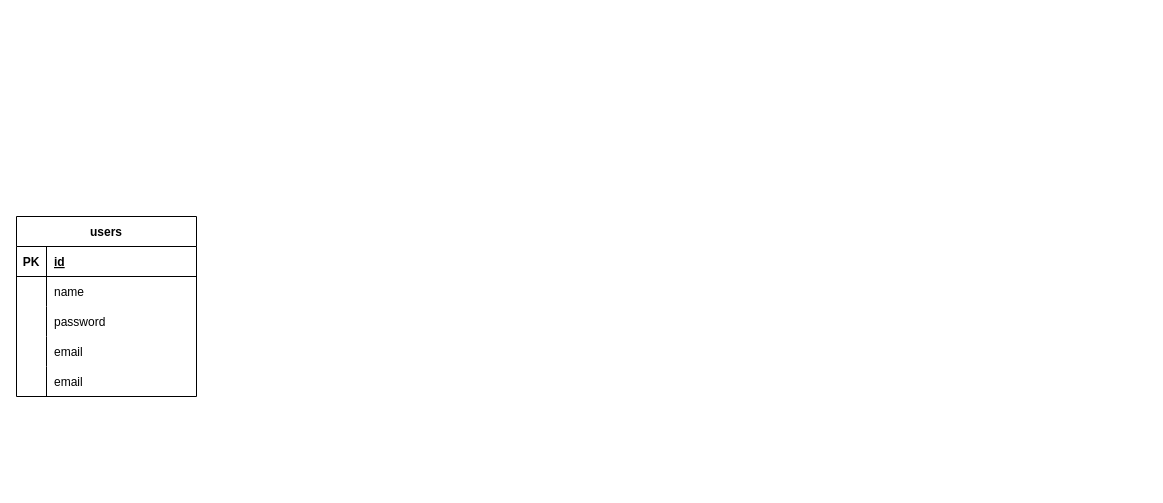
This is pf.drawio from frontend-sou/portfolio, a draw.io file, before an edit. Source tidied: cells renumbered, new cells numbered last; positions are measured from the earlier drawing's top-left corner, leaving out a move shared by most shapes. Both pictures are drawn from the tidied source at 100%, with x=0, y=0 at pixel (16, 216).
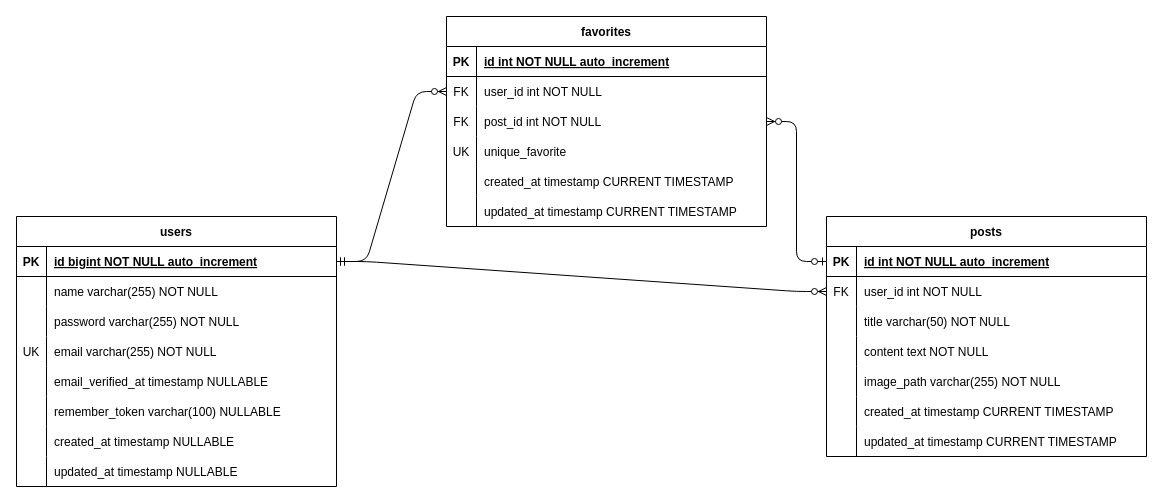
The same page after the edit.

Change to the diagram source:
```diff
@@
     <mxCell id="2" value="users" style="shape=table;startSize=30;childLayout=tableLayout;rowLines=0;fontStyle=1;align=center;" parent="1" vertex="1">
-      <mxGeometry width="180" height="180" as="geometry" />
+      <mxGeometry width="320" height="270" as="geometry" />
     </mxCell>
     <mxCell id="3" style="shape=tableRow;horizontal=0;startSize=0;swimlaneHead=0;swimlaneBody=0;fillColor=none;points=[[0,0.5],[1,0.5]];portConstraint=eastwest;top=0;left=0;right=0;bottom=1;" parent="2" vertex="1">
-      <mxGeometry y="30" width="180" height="30" as="geometry" />
+      <mxGeometry y="30" width="320" height="30" as="geometry" />
     </mxCell>
@@
-    <mxCell id="5" value="id" style="shape=partialRectangle;fillColor=none;top=0;left=0;bottom=0;right=0;align=left;spacingLeft=6;fontStyle=5;overflow=hidden;" parent="3" vertex="1">
-      <mxGeometry x="30" width="150" height="30" as="geometry" />
+    <mxCell id="5" value="id bigint NOT NULL auto_increment" style="shape=partialRectangle;fillColor=none;top=0;left=0;bottom=0;right=0;align=left;spacingLeft=6;fontStyle=5;overflow=hidden;" parent="3" vertex="1">
+      <mxGeometry x="30" width="290" height="30" as="geometry" />
     </mxCell>
     <mxCell id="6" style="shape=tableRow;horizontal=0;startSize=0;swimlaneHead=0;swimlaneBody=0;fillColor=none;top=0;left=0;right=0;bottom=0;" parent="2" vertex="1">
-      <mxGeometry y="60" width="180" height="30" as="geometry" />
+      <mxGeometry y="60" width="320" height="30" as="geometry" />
     </mxCell>
@@
-    <mxCell id="8" value="name" style="shape=partialRectangle;fillColor=none;top=0;left=0;bottom=0;right=0;align=left;spacingLeft=6;overflow=hidden;" parent="6" vertex="1">
-      <mxGeometry x="30" width="150" height="30" as="geometry" />
+    <mxCell id="8" value="name varchar(255) NOT NULL" style="shape=partialRectangle;fillColor=none;top=0;left=0;bottom=0;right=0;align=left;spacingLeft=6;overflow=hidden;" parent="6" vertex="1">
+      <mxGeometry x="30" width="290" height="30" as="geometry" />
     </mxCell>
     <mxCell id="9" style="shape=tableRow;horizontal=0;startSize=0;swimlaneHead=0;swimlaneBody=0;fillColor=none;top=0;left=0;right=0;bottom=0;" parent="2" vertex="1">
-      <mxGeometry y="90" width="180" height="30" as="geometry" />
+      <mxGeometry y="90" width="320" height="30" as="geometry" />
     </mxCell>
@@
-    <mxCell id="11" value="password" style="shape=partialRectangle;fillColor=none;top=0;left=0;bottom=0;right=0;align=left;spacingLeft=6;overflow=hidden;" parent="9" vertex="1">
-      <mxGeometry x="30" width="150" height="30" as="geometry" />
+    <mxCell id="11" value="password varchar(255) NOT NULL" style="shape=partialRectangle;fillColor=none;top=0;left=0;bottom=0;right=0;align=left;spacingLeft=6;overflow=hidden;" parent="9" vertex="1">
+      <mxGeometry x="30" width="290" height="30" as="geometry" />
     </mxCell>
     <mxCell id="12" style="shape=tableRow;horizontal=0;startSize=0;swimlaneHead=0;swimlaneBody=0;fillColor=none;top=0;left=0;right=0;bottom=0;" parent="2" vertex="1">
-      <mxGeometry y="120" width="180" height="30" as="geometry" />
+      <mxGeometry y="120" width="320" height="30" as="geometry" />
     </mxCell>
-    <mxCell id="13" style="shape=partialRectangle;fillColor=none;top=0;left=0;bottom=0;right=0;overflow=hidden;" parent="12" vertex="1">
+    <mxCell id="13" value="UK" style="shape=partialRectangle;fillColor=none;top=0;left=0;bottom=0;right=0;overflow=hidden;" parent="12" vertex="1">
       <mxGeometry width="30" height="30" as="geometry" />
     </mxCell>
-    <mxCell id="14" value="email" style="shape=partialRectangle;fillColor=none;top=0;left=0;bottom=0;right=0;align=left;spacingLeft=6;overflow=hidden;" parent="12" vertex="1">
-      <mxGeometry x="30" width="150" height="30" as="geometry" />
+    <mxCell id="14" value="email varchar(255) NOT NULL" style="shape=partialRectangle;fillColor=none;top=0;left=0;bottom=0;right=0;align=left;spacingLeft=6;overflow=hidden;" parent="12" vertex="1">
+      <mxGeometry x="30" width="290" height="30" as="geometry" />
     </mxCell>
     <mxCell id="15" style="shape=tableRow;horizontal=0;startSize=0;swimlaneHead=0;swimlaneBody=0;fillColor=none;top=0;left=0;right=0;bottom=0;" parent="2" vertex="1">
-      <mxGeometry y="150" width="180" height="30" as="geometry" />
+      <mxGeometry y="150" width="320" height="30" as="geometry" />
     </mxCell>
@@
-    <mxCell id="17" value="email" style="shape=partialRectangle;fillColor=none;top=0;left=0;bottom=0;right=0;align=left;spacingLeft=6;overflow=hidden;" parent="15" vertex="1">
-      <mxGeometry x="30" width="150" height="30" as="geometry" />
+    <mxCell id="17" value="email_verified_at timestamp NULLABLE" style="shape=partialRectangle;fillColor=none;top=0;left=0;bottom=0;right=0;align=left;spacingLeft=6;overflow=hidden;" parent="15" vertex="1">
+      <mxGeometry x="30" width="290" height="30" as="geometry" />
     </mxCell>
+    <mxCell id="18" style="shape=tableRow;horizontal=0;startSize=0;swimlaneHead=0;swimlaneBody=0;fillColor=none;top=0;left=0;right=0;bottom=0;" parent="2" vertex="1">
+      <mxGeometry y="180" width="320" height="30" as="geometry" />
+    </mxCell>
+    <mxCell id="19" style="shape=partialRectangle;fillColor=none;top=0;left=0;bottom=0;right=0;overflow=hidden;" parent="18" vertex="1">
+      <mxGeometry width="30" height="30" as="geometry" />
+    </mxCell>
+    <mxCell id="20" value="remember_token varchar(100) NULLABLE" style="shape=partialRectangle;fillColor=none;top=0;left=0;bottom=0;right=0;align=left;spacingLeft=6;overflow=hidden;" parent="18" vertex="1">
+      <mxGeometry x="30" width="290" height="30" as="geometry" />
+    </mxCell>
+    <mxCell id="21" style="shape=tableRow;horizontal=0;startSize=0;swimlaneHead=0;swimlaneBody=0;fillColor=none;top=0;left=0;right=0;bottom=0;" parent="2" vertex="1">
+      <mxGeometry y="210" width="320" height="30" as="geometry" />
+    </mxCell>
+    <mxCell id="22" style="shape=partialRectangle;fillColor=none;top=0;left=0;bottom=0;right=0;overflow=hidden;" parent="21" vertex="1">
+      <mxGeometry width="30" height="30" as="geometry" />
+    </mxCell>
+    <mxCell id="23" value="created_at timestamp NULLABLE" style="shape=partialRectangle;fillColor=none;top=0;left=0;bottom=0;right=0;align=left;spacingLeft=6;overflow=hidden;" parent="21" vertex="1">
+      <mxGeometry x="30" width="290" height="30" as="geometry" />
+    </mxCell>
+    <mxCell id="24" style="shape=tableRow;horizontal=0;startSize=0;swimlaneHead=0;swimlaneBody=0;fillColor=none;top=0;left=0;right=0;bottom=0;" parent="2" vertex="1">
+      <mxGeometry y="240" width="320" height="30" as="geometry" />
+    </mxCell>
+    <mxCell id="25" style="shape=partialRectangle;fillColor=none;top=0;left=0;bottom=0;right=0;overflow=hidden;" parent="24" vertex="1">
+      <mxGeometry width="30" height="30" as="geometry" />
+    </mxCell>
+    <mxCell id="26" value="updated_at timestamp NULLABLE" style="shape=partialRectangle;fillColor=none;top=0;left=0;bottom=0;right=0;align=left;spacingLeft=6;overflow=hidden;" parent="24" vertex="1">
+      <mxGeometry x="30" width="290" height="30" as="geometry" />
+    </mxCell>
+    <mxCell id="27" value="posts" style="shape=table;startSize=30;childLayout=tableLayout;rowLines=0;fontStyle=1;align=center;" parent="1" vertex="1">
+      <mxGeometry x="810" width="320" height="240" as="geometry" />
+    </mxCell>
+    <mxCell id="28" style="shape=tableRow;horizontal=0;startSize=0;swimlaneHead=0;swimlaneBody=0;fillColor=none;points=[[0,0.5],[1,0.5]];portConstraint=eastwest;top=0;left=0;right=0;bottom=1;" parent="27" vertex="1">
+      <mxGeometry y="30" width="320" height="30" as="geometry" />
+    </mxCell>
+    <mxCell id="29" value="PK" style="shape=partialRectangle;fillColor=none;top=0;left=0;bottom=0;right=0;fontStyle=1;overflow=hidden;" parent="28" vertex="1">
+      <mxGeometry width="30" height="30" as="geometry" />
+    </mxCell>
+    <mxCell id="30" value="id int NOT NULL auto_increment" style="shape=partialRectangle;fillColor=none;top=0;left=0;bottom=0;right=0;align=left;spacingLeft=6;fontStyle=5;overflow=hidden;" parent="28" vertex="1">
+      <mxGeometry x="30" width="290" height="30" as="geometry" />
+    </mxCell>
+    <mxCell id="31" style="shape=tableRow;horizontal=0;startSize=0;swimlaneHead=0;swimlaneBody=0;fillColor=none;points=[[0,0.5],[1,0.5]];portConstraint=eastwest;top=0;left=0;right=0;bottom=0;" parent="27" vertex="1">
+      <mxGeometry y="60" width="320" height="30" as="geometry" />
+    </mxCell>
+    <mxCell id="32" value="FK" style="shape=partialRectangle;fillColor=none;top=0;left=0;bottom=0;right=0;overflow=hidden;" parent="31" vertex="1">
+      <mxGeometry width="30" height="30" as="geometry" />
+    </mxCell>
+    <mxCell id="33" value="user_id int NOT NULL" style="shape=partialRectangle;fillColor=none;top=0;left=0;bottom=0;right=0;align=left;spacingLeft=6;overflow=hidden;" parent="31" vertex="1">
+      <mxGeometry x="30" width="290" height="30" as="geometry" />
+    </mxCell>
+    <mxCell id="34" style="shape=tableRow;horizontal=0;startSize=0;swimlaneHead=0;swimlaneBody=0;fillColor=none;top=0;left=0;right=0;bottom=0;" parent="27" vertex="1">
+      <mxGeometry y="90" width="320" height="30" as="geometry" />
+    </mxCell>
+    <mxCell id="35" style="shape=partialRectangle;fillColor=none;top=0;left=0;bottom=0;right=0;overflow=hidden;" parent="34" vertex="1">
+      <mxGeometry width="30" height="30" as="geometry" />
+    </mxCell>
+    <mxCell id="36" value="title varchar(50) NOT NULL" style="shape=partialRectangle;fillColor=none;top=0;left=0;bottom=0;right=0;align=left;spacingLeft=6;overflow=hidden;" parent="34" vertex="1">
+      <mxGeometry x="30" width="290" height="30" as="geometry" />
+    </mxCell>
+    <mxCell id="37" style="shape=tableRow;horizontal=0;startSize=0;swimlaneHead=0;swimlaneBody=0;fillColor=none;top=0;left=0;right=0;bottom=0;" parent="27" vertex="1">
+      <mxGeometry y="120" width="320" height="30" as="geometry" />
+    </mxCell>
+    <mxCell id="38" style="shape=partialRectangle;fillColor=none;top=0;left=0;bottom=0;right=0;overflow=hidden;" parent="37" vertex="1">
+      <mxGeometry width="30" height="30" as="geometry" />
+    </mxCell>
+    <mxCell id="39" value="content text NOT NULL" style="shape=partialRectangle;fillColor=none;top=0;left=0;bottom=0;right=0;align=left;spacingLeft=6;overflow=hidden;" parent="37" vertex="1">
+      <mxGeometry x="30" width="290" height="30" as="geometry" />
+    </mxCell>
+    <mxCell id="40" style="shape=tableRow;horizontal=0;startSize=0;swimlaneHead=0;swimlaneBody=0;fillColor=none;top=0;left=0;right=0;bottom=0;" parent="27" vertex="1">
+      <mxGeometry y="150" width="320" height="30" as="geometry" />
+    </mxCell>
+    <mxCell id="41" style="shape=partialRectangle;fillColor=none;top=0;left=0;bottom=0;right=0;overflow=hidden;" parent="40" vertex="1">
+      <mxGeometry width="30" height="30" as="geometry" />
+    </mxCell>
+    <mxCell id="42" value="image_path varchar(255) NOT NULL" style="shape=partialRectangle;fillColor=none;top=0;left=0;bottom=0;right=0;align=left;spacingLeft=6;overflow=hidden;" parent="40" vertex="1">
+      <mxGeometry x="30" width="290" height="30" as="geometry" />
+    </mxCell>
+    <mxCell id="43" style="shape=tableRow;horizontal=0;startSize=0;swimlaneHead=0;swimlaneBody=0;fillColor=none;top=0;left=0;right=0;bottom=0;" parent="27" vertex="1">
+      <mxGeometry y="180" width="320" height="30" as="geometry" />
+    </mxCell>
+    <mxCell id="44" style="shape=partialRectangle;fillColor=none;top=0;left=0;bottom=0;right=0;overflow=hidden;" parent="43" vertex="1">
+      <mxGeometry width="30" height="30" as="geometry" />
+    </mxCell>
+    <mxCell id="45" value="created_at timestamp CURRENT TIMESTAMP" style="shape=partialRectangle;fillColor=none;top=0;left=0;bottom=0;right=0;align=left;spacingLeft=6;overflow=hidden;" parent="43" vertex="1">
+      <mxGeometry x="30" width="290" height="30" as="geometry" />
+    </mxCell>
+    <mxCell id="46" style="shape=tableRow;horizontal=0;startSize=0;swimlaneHead=0;swimlaneBody=0;fillColor=none;top=0;left=0;right=0;bottom=0;" parent="27" vertex="1">
+      <mxGeometry y="210" width="320" height="30" as="geometry" />
+    </mxCell>
+    <mxCell id="47" style="shape=partialRectangle;fillColor=none;top=0;left=0;bottom=0;right=0;overflow=hidden;" parent="46" vertex="1">
+      <mxGeometry width="30" height="30" as="geometry" />
+    </mxCell>
+    <mxCell id="48" value="updated_at timestamp CURRENT TIMESTAMP" style="shape=partialRectangle;fillColor=none;top=0;left=0;bottom=0;right=0;align=left;spacingLeft=6;overflow=hidden;" parent="46" vertex="1">
+      <mxGeometry x="30" width="290" height="30" as="geometry" />
+    </mxCell>
+    <mxCell id="49" value="favorites" style="shape=table;startSize=30;childLayout=tableLayout;rowLines=0;fontStyle=1;align=center;" parent="1" vertex="1">
+      <mxGeometry x="430" y="-200" width="320" height="210" as="geometry" />
+    </mxCell>
+    <mxCell id="50" style="shape=tableRow;horizontal=0;startSize=0;swimlaneHead=0;swimlaneBody=0;fillColor=none;top=0;left=0;right=0;bottom=1;" parent="49" vertex="1">
+      <mxGeometry y="30" width="320" height="30" as="geometry" />
+    </mxCell>
+    <mxCell id="51" value="PK" style="shape=partialRectangle;fillColor=none;top=0;left=0;bottom=0;right=0;fontStyle=1;overflow=hidden;" parent="50" vertex="1">
+      <mxGeometry width="30" height="30" as="geometry" />
+    </mxCell>
+    <mxCell id="52" value="id int NOT NULL auto_increment" style="shape=partialRectangle;fillColor=none;top=0;left=0;bottom=0;right=0;align=left;spacingLeft=6;fontStyle=5;overflow=hidden;" parent="50" vertex="1">
+      <mxGeometry x="30" width="290" height="30" as="geometry" />
+    </mxCell>
+    <mxCell id="53" style="shape=tableRow;horizontal=0;startSize=0;swimlaneHead=0;swimlaneBody=0;fillColor=none;points=[[0,0.5],[1,0.5]];portConstraint=eastwest;top=0;left=0;right=0;bottom=0;" parent="49" vertex="1">
+      <mxGeometry y="60" width="320" height="30" as="geometry" />
+    </mxCell>
+    <mxCell id="54" value="FK" style="shape=partialRectangle;fillColor=none;top=0;left=0;bottom=0;right=0;overflow=hidden;" parent="53" vertex="1">
+      <mxGeometry width="30" height="30" as="geometry" />
+    </mxCell>
+    <mxCell id="55" value="user_id int NOT NULL" style="shape=partialRectangle;fillColor=none;top=0;left=0;bottom=0;right=0;align=left;spacingLeft=6;overflow=hidden;" parent="53" vertex="1">
+      <mxGeometry x="30" width="290" height="30" as="geometry" />
+    </mxCell>
+    <mxCell id="56" style="shape=tableRow;horizontal=0;startSize=0;swimlaneHead=0;swimlaneBody=0;fillColor=none;points=[[0,0.5],[1,0.5]];portConstraint=eastwest;top=0;left=0;right=0;bottom=0;" parent="49" vertex="1">
+      <mxGeometry y="90" width="320" height="30" as="geometry" />
+    </mxCell>
+    <mxCell id="57" value="FK" style="shape=partialRectangle;fillColor=none;top=0;left=0;bottom=0;right=0;overflow=hidden;" parent="56" vertex="1">
+      <mxGeometry width="30" height="30" as="geometry" />
+    </mxCell>
+    <mxCell id="58" value="post_id int NOT NULL" style="shape=partialRectangle;fillColor=none;top=0;left=0;bottom=0;right=0;align=left;spacingLeft=6;overflow=hidden;" parent="56" vertex="1">
+      <mxGeometry x="30" width="290" height="30" as="geometry" />
+    </mxCell>
+    <mxCell id="59" style="shape=tableRow;horizontal=0;startSize=0;swimlaneHead=0;swimlaneBody=0;fillColor=none;top=0;left=0;right=0;bottom=0;" parent="49" vertex="1">
+      <mxGeometry y="120" width="320" height="30" as="geometry" />
+    </mxCell>
+    <mxCell id="60" value="UK" style="shape=partialRectangle;fillColor=none;top=0;left=0;bottom=0;right=0;overflow=hidden;" parent="59" vertex="1">
+      <mxGeometry width="30" height="30" as="geometry" />
+    </mxCell>
+    <mxCell id="61" value="unique_favorite " style="shape=partialRectangle;fillColor=none;top=0;left=0;bottom=0;right=0;align=left;spacingLeft=6;overflow=hidden;" parent="59" vertex="1">
+      <mxGeometry x="30" width="290" height="30" as="geometry" />
+    </mxCell>
+    <mxCell id="62" style="shape=tableRow;horizontal=0;startSize=0;swimlaneHead=0;swimlaneBody=0;fillColor=none;top=0;left=0;right=0;bottom=0;" parent="49" vertex="1">
+      <mxGeometry y="150" width="320" height="30" as="geometry" />
+    </mxCell>
+    <mxCell id="63" style="shape=partialRectangle;fillColor=none;top=0;left=0;bottom=0;right=0;overflow=hidden;" parent="62" vertex="1">
+      <mxGeometry width="30" height="30" as="geometry" />
+    </mxCell>
+    <mxCell id="64" value="created_at timestamp CURRENT TIMESTAMP" style="shape=partialRectangle;fillColor=none;top=0;left=0;bottom=0;right=0;align=left;spacingLeft=6;overflow=hidden;" parent="62" vertex="1">
+      <mxGeometry x="30" width="290" height="30" as="geometry" />
+    </mxCell>
+    <mxCell id="65" style="shape=tableRow;horizontal=0;startSize=0;swimlaneHead=0;swimlaneBody=0;fillColor=none;top=0;left=0;right=0;bottom=0;" parent="49" vertex="1">
+      <mxGeometry y="180" width="320" height="30" as="geometry" />
+    </mxCell>
+    <mxCell id="66" style="shape=partialRectangle;fillColor=none;top=0;left=0;bottom=0;right=0;overflow=hidden;" parent="65" vertex="1">
+      <mxGeometry width="30" height="30" as="geometry" />
+    </mxCell>
+    <mxCell id="67" value="updated_at timestamp CURRENT TIMESTAMP" style="shape=partialRectangle;fillColor=none;top=0;left=0;bottom=0;right=0;align=left;spacingLeft=6;overflow=hidden;" parent="65" vertex="1">
+      <mxGeometry x="30" width="290" height="30" as="geometry" />
+    </mxCell>
+    <mxCell id="68" style="edgeStyle=entityRelationEdgeStyle;fontSize=12;html=1;endArrow=ERzeroToMany;startArrow=ERmandOne;entryX=0;entryY=0.5;entryDx=0;entryDy=0;exitX=1;exitY=0.5;exitDx=0;exitDy=0;" parent="1" edge="1" source="3" target="31">
+      <mxGeometry relative="1" as="geometry" />
+    </mxCell>
+    <mxCell id="69" style="edgeStyle=entityRelationEdgeStyle;fontSize=12;html=1;endArrow=ERzeroToMany;startArrow=ERmandOne;entryX=0;entryY=0.5;entryDx=0;entryDy=0;exitX=1;exitY=0.5;exitDx=0;exitDy=0;" parent="1" edge="1" source="3" target="53">
+      <mxGeometry relative="1" as="geometry" />
+    </mxCell>
+    <mxCell id="70" style="edgeStyle=entityRelationEdgeStyle;fontSize=12;html=1;endArrow=ERzeroToMany;startArrow=ERzeroToOne;exitX=0;exitY=0.5;exitDx=0;exitDy=0;entryX=1;entryY=0.5;entryDx=0;entryDy=0;" parent="1" edge="1" source="28" target="56">
+      <mxGeometry relative="1" as="geometry" />
+    </mxCell>
```
